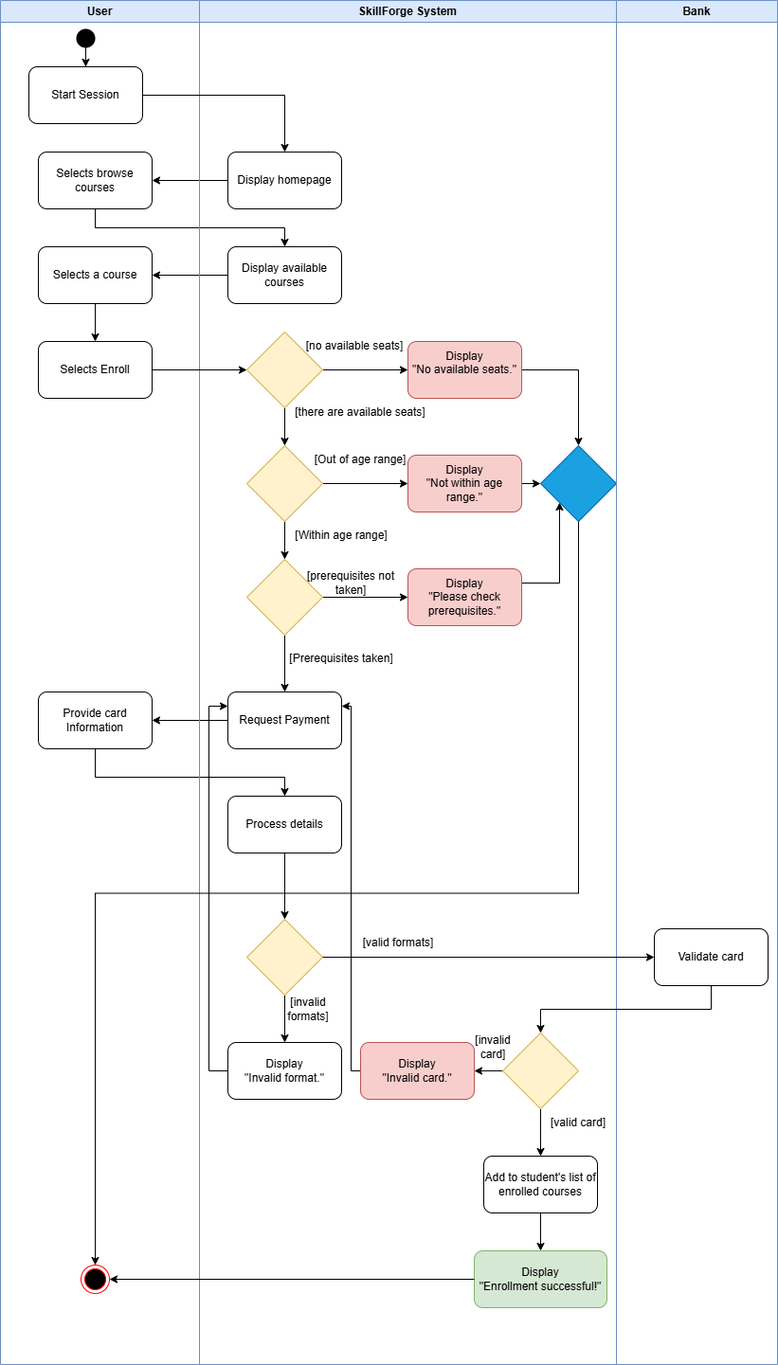
Before: Activity diagram.drawio.png, a diagram exported from draw.io (nourk-soliman/SkillForge_Lab6). Source tidied: cells renumbered, new cells last; positions are measured from the earlier drawing's top-left corner, leaving out a move shared by most shapes.
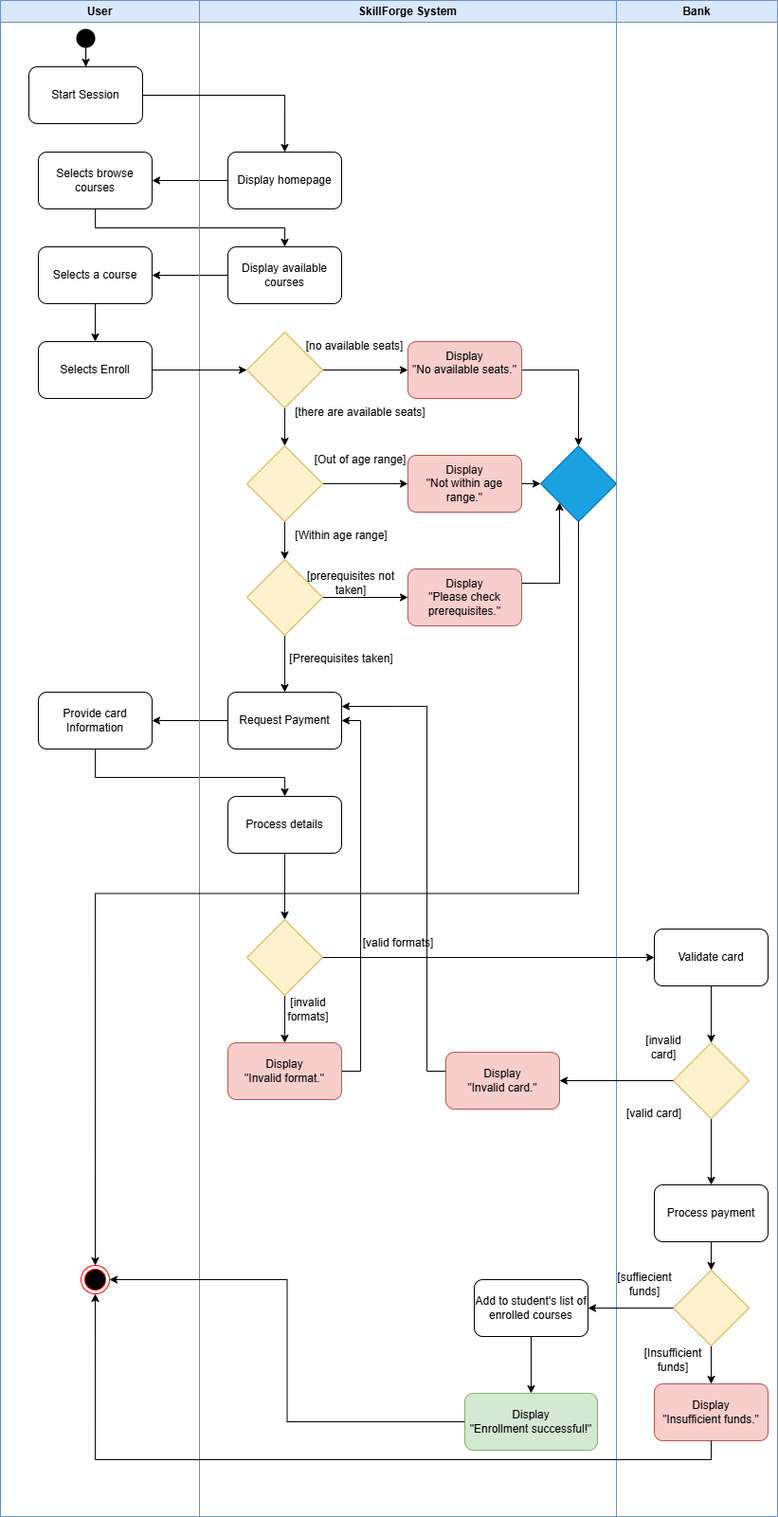
After the commit.

Change to the diagram source:
```diff
@@ -3,7 +3,7 @@
     <mxCell id="0" />
     <mxCell id="1" parent="0" />
     <mxCell id="2" value="SkillForge System" style="swimlane;whiteSpace=wrap;html=1;fillColor=#dae8fc;strokeColor=#6c8ebf;" parent="1" vertex="1">
-      <mxGeometry x="210" width="440" height="1440" as="geometry" />
+      <mxGeometry x="210" width="440" height="1600" as="geometry" />
     </mxCell>
     <mxCell id="3" value="Display available courses" style="rounded=1;whiteSpace=wrap;html=1;" parent="2" vertex="1">
       <mxGeometry x="30" y="260" width="120" height="60" as="geometry" />
@@ -11,11 +11,11 @@
     <mxCell id="4" value="Display homepage" style="rounded=1;whiteSpace=wrap;html=1;" parent="2" vertex="1">
       <mxGeometry x="30" y="160" width="120" height="60" as="geometry" />
     </mxCell>
-    <mxCell id="5" style="edgeStyle=orthogonalEdgeStyle;rounded=0;jettySize=auto;html=1;" parent="2" edge="1" source="7">
-      <mxGeometry relative="1" as="geometry">
-        <mxPoint x="220" y="390" as="targetPoint" />
-      </mxGeometry>
-    </mxCell>
+    <mxCell id="69" style="edgeStyle=orthogonalEdgeStyle;rounded=0;jettySize=auto;html=1;" parent="2" edge="1" source="7">
+      <mxGeometry relative="1" as="geometry">
+        <mxPoint x="220" y="390" as="targetPoint" />
+      </mxGeometry>
+    </mxCell>
     <mxCell id="6" style="edgeStyle=orthogonalEdgeStyle;rounded=0;jettySize=auto;html=1;" parent="2" edge="1" source="7" target="13">
       <mxGeometry relative="1" as="geometry" />
     </mxCell>
@@ -55,11 +55,11 @@
     <mxCell id="18" style="rhombus;whiteSpace=wrap;html=1;fillColor=#fff2cc;strokeColor=#d6b656;" parent="2" vertex="1">
       <mxGeometry x="50" y="590" width="80" height="80" as="geometry" />
     </mxCell>
-    <mxCell id="19" style="edgeStyle=orthogonalEdgeStyle;rounded=0;jettySize=auto;html=1;exitX=1;exitY=0.5;exitDx=0;exitDy=0;" parent="2" edge="1" source="20">
-      <mxGeometry relative="1" as="geometry">
-        <mxPoint x="360" y="510" as="targetPoint" />
-      </mxGeometry>
-    </mxCell>
+    <mxCell id="70" style="edgeStyle=orthogonalEdgeStyle;rounded=0;jettySize=auto;html=1;exitX=1;exitY=0.5;exitDx=0;exitDy=0;" parent="2" edge="1" source="20">
+      <mxGeometry relative="1" as="geometry">
+        <mxPoint x="360" y="510" as="targetPoint" />
+      </mxGeometry>
+    </mxCell>
     <mxCell id="20" value="Display&lt;div&gt;&quot;Not within age range.&quot;&lt;/div&gt;" style="rounded=1;whiteSpace=wrap;html=1;fillColor=#f8cecc;strokeColor=#b85450;" parent="2" vertex="1">
       <mxGeometry x="220" y="480" width="120" height="60" as="geometry" />
     </mxCell>
@@ -104,11 +104,11 @@
     <mxCell id="32" style="edgeStyle=orthogonalEdgeStyle;rounded=0;jettySize=auto;html=1;" parent="2" edge="1" source="21" target="28">
       <mxGeometry relative="1" as="geometry" />
     </mxCell>
-    <mxCell id="33" style="edgeStyle=orthogonalEdgeStyle;rounded=0;jettySize=auto;html=1;" parent="2" edge="1" source="34">
-      <mxGeometry relative="1" as="geometry">
-        <mxPoint x="90" y="970" as="targetPoint" />
-      </mxGeometry>
-    </mxCell>
+    <mxCell id="71" style="edgeStyle=orthogonalEdgeStyle;rounded=0;jettySize=auto;html=1;" parent="2" edge="1" source="34">
+      <mxGeometry relative="1" as="geometry">
+        <mxPoint x="90" y="970" as="targetPoint" />
+      </mxGeometry>
+    </mxCell>
     <mxCell id="34" value="Process details" style="whiteSpace=wrap;html=1;rounded=1;" parent="2" vertex="1">
       <mxGeometry x="30" y="840" width="120" height="60" as="geometry" />
     </mxCell>
@@ -126,49 +126,40 @@
     <mxCell id="37" style="rhombus;whiteSpace=wrap;html=1;fillColor=#fff2cc;strokeColor=#d6b656;" parent="2" vertex="1">
       <mxGeometry x="50" y="970" width="80" height="80" as="geometry" />
     </mxCell>
-    <mxCell id="38" style="edgeStyle=orthogonalEdgeStyle;rounded=0;jettySize=auto;html=1;exitX=0;exitY=0.5;exitDx=0;exitDy=0;entryX=0;entryY=0.25;entryDx=0;entryDy=0;" parent="2" edge="1" source="39" target="21">
-      <mxGeometry relative="1" as="geometry" />
+    <mxCell id="38" style="edgeStyle=orthogonalEdgeStyle;rounded=0;jettySize=auto;html=1;exitX=1;exitY=0.5;exitDx=0;exitDy=0;entryX=1;entryY=0.5;entryDx=0;entryDy=0;" parent="2" edge="1" source="39" target="21">
+      <mxGeometry relative="1" as="geometry">
+        <Array as="points">
+          <mxPoint x="170" y="1130" />
+          <mxPoint x="170" y="760" />
+        </Array>
+      </mxGeometry>
     </mxCell>
-    <mxCell id="39" value="Display&lt;div&gt;&quot;Invalid format.&quot;&lt;/div&gt;" style="rounded=1;whiteSpace=wrap;html=1;" parent="2" vertex="1">
+    <mxCell id="39" value="Display&lt;div&gt;&quot;Invalid format.&quot;&lt;/div&gt;" style="rounded=1;whiteSpace=wrap;html=1;fillColor=#f8cecc;strokeColor=#b85450;" parent="2" vertex="1">
       <mxGeometry x="30" y="1100" width="120" height="60" as="geometry" />
     </mxCell>
     <mxCell id="40" value="[valid formats]" style="text;html=1;whiteSpace=wrap;strokeColor=none;fillColor=none;align=center;verticalAlign=middle;rounded=0;" parent="2" vertex="1">
       <mxGeometry x="170" y="980" width="80" height="30" as="geometry" />
     </mxCell>
-    <mxCell id="41" style="edgeStyle=orthogonalEdgeStyle;rounded=0;jettySize=auto;html=1;" parent="2" edge="1" source="43" target="45">
-      <mxGeometry relative="1" as="geometry" />
-    </mxCell>
-    <mxCell id="42" style="edgeStyle=orthogonalEdgeStyle;rounded=0;jettySize=auto;html=1;" parent="2" edge="1" source="43" target="50">
-      <mxGeometry relative="1" as="geometry" />
-    </mxCell>
-    <mxCell id="43" style="rhombus;whiteSpace=wrap;html=1;fillColor=#fff2cc;strokeColor=#d6b656;" parent="2" vertex="1">
-      <mxGeometry x="320" y="1090" width="80" height="80" as="geometry" />
-    </mxCell>
     <mxCell id="44" style="edgeStyle=orthogonalEdgeStyle;rounded=0;jettySize=auto;html=1;" parent="2" edge="1" source="45" target="48">
       <mxGeometry relative="1" as="geometry" />
     </mxCell>
     <mxCell id="45" value="Add to student's list of enrolled courses" style="rounded=1;whiteSpace=wrap;html=1;" parent="2" vertex="1">
-      <mxGeometry x="300" y="1220" width="120" height="60" as="geometry" />
+      <mxGeometry x="290" y="1350" width="120" height="60" as="geometry" />
     </mxCell>
-    <mxCell id="46" value="[valid card]" style="text;html=1;whiteSpace=wrap;strokeColor=none;fillColor=none;align=center;verticalAlign=middle;rounded=0;" parent="2" vertex="1">
-      <mxGeometry x="360" y="1170" width="80" height="30" as="geometry" />
-    </mxCell>
-    <mxCell id="47" value="[invalid card]" style="text;html=1;whiteSpace=wrap;strokeColor=none;fillColor=none;align=center;verticalAlign=middle;rounded=0;" parent="2" vertex="1">
-      <mxGeometry x="280" y="1090" width="60" height="30" as="geometry" />
-    </mxCell>
     <mxCell id="48" value="Display&lt;div&gt;&quot;Enrollment successful!&quot;&lt;/div&gt;" style="whiteSpace=wrap;html=1;rounded=1;fillColor=#d5e8d4;strokeColor=#82b366;" parent="2" vertex="1">
-      <mxGeometry x="290" y="1320" width="140" height="60" as="geometry" />
+      <mxGeometry x="280" y="1470" width="140" height="60" as="geometry" />
     </mxCell>
     <mxCell id="49" style="edgeStyle=orthogonalEdgeStyle;rounded=0;jettySize=auto;html=1;exitX=0;exitY=0.5;exitDx=0;exitDy=0;entryX=1;entryY=0.25;entryDx=0;entryDy=0;" parent="2" edge="1" source="50" target="21">
       <mxGeometry relative="1" as="geometry">
         <Array as="points">
-          <mxPoint x="160" y="1130" />
-          <mxPoint x="160" y="745" />
+          <mxPoint x="260" y="1130" />
+          <mxPoint x="240" y="1130" />
+          <mxPoint x="240" y="745" />
         </Array>
       </mxGeometry>
     </mxCell>
     <mxCell id="50" value="Display&lt;div&gt;&quot;Invalid card.&quot;&lt;/div&gt;" style="rounded=1;whiteSpace=wrap;html=1;fillColor=#f8cecc;strokeColor=#b85450;" parent="2" vertex="1">
-      <mxGeometry x="170" y="1100" width="120" height="60" as="geometry" />
+      <mxGeometry x="260" y="1110" width="120" height="60" as="geometry" />
     </mxCell>
     <mxCell id="51" style="rhombus;whiteSpace=wrap;html=1;fillColor=#1ba1e2;fontColor=#ffffff;strokeColor=#006EAF;" parent="2" vertex="1">
       <mxGeometry x="360" y="470" width="80" height="80" as="geometry" />
@@ -177,13 +168,46 @@
       <mxGeometry x="85" y="1050" width="60" height="30" as="geometry" />
     </mxCell>
     <mxCell id="53" value="Bank" style="swimlane;whiteSpace=wrap;html=1;fillColor=#dae8fc;strokeColor=#6c8ebf;" parent="1" vertex="1">
-      <mxGeometry x="650" width="170" height="1440" as="geometry" />
+      <mxGeometry x="650" width="170" height="1600" as="geometry" />
     </mxCell>
     <mxCell id="54" value="Validate card" style="rounded=1;whiteSpace=wrap;html=1;" parent="53" vertex="1">
       <mxGeometry x="40" y="980" width="120" height="60" as="geometry" />
     </mxCell>
+    <mxCell id="72" style="edgeStyle=orthogonalEdgeStyle;rounded=0;jettySize=auto;html=1;exitX=0.5;exitY=1;exitDx=0;exitDy=0;entryX=0.5;entryY=0;entryDx=0;entryDy=0;" parent="53" edge="1" source="73" target="76">
+      <mxGeometry relative="1" as="geometry" />
+    </mxCell>
+    <mxCell id="73" style="rhombus;whiteSpace=wrap;html=1;fillColor=#fff2cc;strokeColor=#d6b656;" parent="53" vertex="1">
+      <mxGeometry x="60" y="1100" width="80" height="80" as="geometry" />
+    </mxCell>
+    <mxCell id="46" value="[valid card]" style="text;html=1;whiteSpace=wrap;strokeColor=none;fillColor=none;align=center;verticalAlign=middle;rounded=0;" parent="53" vertex="1">
+      <mxGeometry y="1160" width="80" height="30" as="geometry" />
+    </mxCell>
+    <mxCell id="74" style="edgeStyle=orthogonalEdgeStyle;rounded=0;jettySize=auto;html=1;exitX=0.5;exitY=1;exitDx=0;exitDy=0;entryX=0.5;entryY=0;entryDx=0;entryDy=0;" parent="53" edge="1" source="54" target="73">
+      <mxGeometry relative="1" as="geometry" />
+    </mxCell>
+    <mxCell id="75" style="edgeStyle=orthogonalEdgeStyle;rounded=0;jettySize=auto;html=1;exitX=0.5;exitY=1;exitDx=0;exitDy=0;entryX=0.5;entryY=0;entryDx=0;entryDy=0;" parent="53" edge="1" source="76" target="78">
+      <mxGeometry relative="1" as="geometry" />
+    </mxCell>
+    <mxCell id="76" value="Process payment" style="rounded=1;whiteSpace=wrap;html=1;" parent="53" vertex="1">
+      <mxGeometry x="40" y="1250" width="120" height="60" as="geometry" />
+    </mxCell>
+    <mxCell id="47" value="[invalid card]" style="text;html=1;whiteSpace=wrap;strokeColor=none;fillColor=none;align=center;verticalAlign=middle;rounded=0;" parent="53" vertex="1">
+      <mxGeometry x="20" y="1090" width="60" height="30" as="geometry" />
+    </mxCell>
+    <mxCell id="77" style="edgeStyle=orthogonalEdgeStyle;rounded=0;jettySize=auto;html=1;exitX=0.5;exitY=1;exitDx=0;exitDy=0;entryX=0.5;entryY=0;entryDx=0;entryDy=0;" parent="53" edge="1" source="78" target="79">
+      <mxGeometry relative="1" as="geometry" />
+    </mxCell>
+    <mxCell id="78" style="rhombus;whiteSpace=wrap;html=1;fillColor=#fff2cc;strokeColor=#d6b656;" parent="53" vertex="1">
+      <mxGeometry x="60" y="1340" width="80" height="80" as="geometry" />
+    </mxCell>
+    <mxCell id="79" value="Display&lt;div&gt;&quot;Insufficient funds.&quot;&lt;/div&gt;" style="rounded=1;whiteSpace=wrap;html=1;fillColor=#f8cecc;strokeColor=#b85450;" parent="53" vertex="1">
+      <mxGeometry x="40" y="1460" width="120" height="60" as="geometry" />
+    </mxCell>
+    <mxCell id="80" value="[Insufficient funds]" style="text;html=1;whiteSpace=wrap;strokeColor=none;fillColor=none;align=center;verticalAlign=middle;rounded=0;" parent="53" vertex="1">
+      <mxGeometry x="30" y="1420" width="60" height="30" as="geometry" />
+    </mxCell>
     <mxCell id="55" value="User" style="swimlane;whiteSpace=wrap;html=1;fillColor=#dae8fc;strokeColor=#6c8ebf;" parent="1" vertex="1">
-      <mxGeometry width="210" height="1440" as="geometry" />
+      <mxGeometry width="210" height="1600" as="geometry" />
     </mxCell>
     <mxCell id="56" style="edgeStyle=orthogonalEdgeStyle;rounded=0;jettySize=auto;html=1;" parent="55" edge="1" source="57" target="58">
       <mxGeometry relative="1" as="geometry" />
@@ -212,9 +236,6 @@
     <mxCell id="64" style="edgeStyle=orthogonalEdgeStyle;rounded=0;jettySize=auto;html=1;" parent="1" edge="1" source="37" target="54">
       <mxGeometry relative="1" as="geometry" />
     </mxCell>
-    <mxCell id="65" style="edgeStyle=orthogonalEdgeStyle;rounded=0;jettySize=auto;html=1;exitX=0.5;exitY=1;exitDx=0;exitDy=0;entryX=0.5;entryY=0;entryDx=0;entryDy=0;" parent="1" edge="1" source="54" target="43">
-      <mxGeometry relative="1" as="geometry" />
-    </mxCell>
     <mxCell id="66" style="edgeStyle=orthogonalEdgeStyle;rounded=0;jettySize=auto;html=1;exitX=0;exitY=0.5;exitDx=0;exitDy=0;entryX=1;entryY=0.5;entryDx=0;entryDy=0;" parent="1" edge="1" source="48" target="60">
       <mxGeometry relative="1" as="geometry" />
     </mxCell>
@@ -224,5 +245,17 @@
     <mxCell id="68" value="[prerequisites not taken]" style="text;html=1;whiteSpace=wrap;strokeColor=none;fillColor=none;align=center;verticalAlign=middle;rounded=0;" parent="1" vertex="1">
       <mxGeometry x="320" y="600" width="100" height="30" as="geometry" />
     </mxCell>
+    <mxCell id="81" style="edgeStyle=orthogonalEdgeStyle;rounded=0;jettySize=auto;html=1;" parent="1" edge="1" source="73" target="50">
+      <mxGeometry relative="1" as="geometry" />
+    </mxCell>
+    <mxCell id="82" style="edgeStyle=orthogonalEdgeStyle;rounded=0;jettySize=auto;html=1;" parent="1" edge="1" source="78" target="45">
+      <mxGeometry relative="1" as="geometry" />
+    </mxCell>
+    <mxCell id="83" value="[suffiecient funds]" style="text;html=1;whiteSpace=wrap;strokeColor=none;fillColor=none;align=center;verticalAlign=middle;rounded=0;" parent="1" vertex="1">
+      <mxGeometry x="640" y="1340" width="80" height="30" as="geometry" />
+    </mxCell>
+    <mxCell id="84" style="edgeStyle=orthogonalEdgeStyle;rounded=0;jettySize=auto;html=1;exitX=0.5;exitY=1;exitDx=0;exitDy=0;entryX=0.5;entryY=1;entryDx=0;entryDy=0;" parent="1" edge="1" source="79" target="60">
+      <mxGeometry relative="1" as="geometry" />
+    </mxCell>
   </root>
 </mxGraphModel>
```
